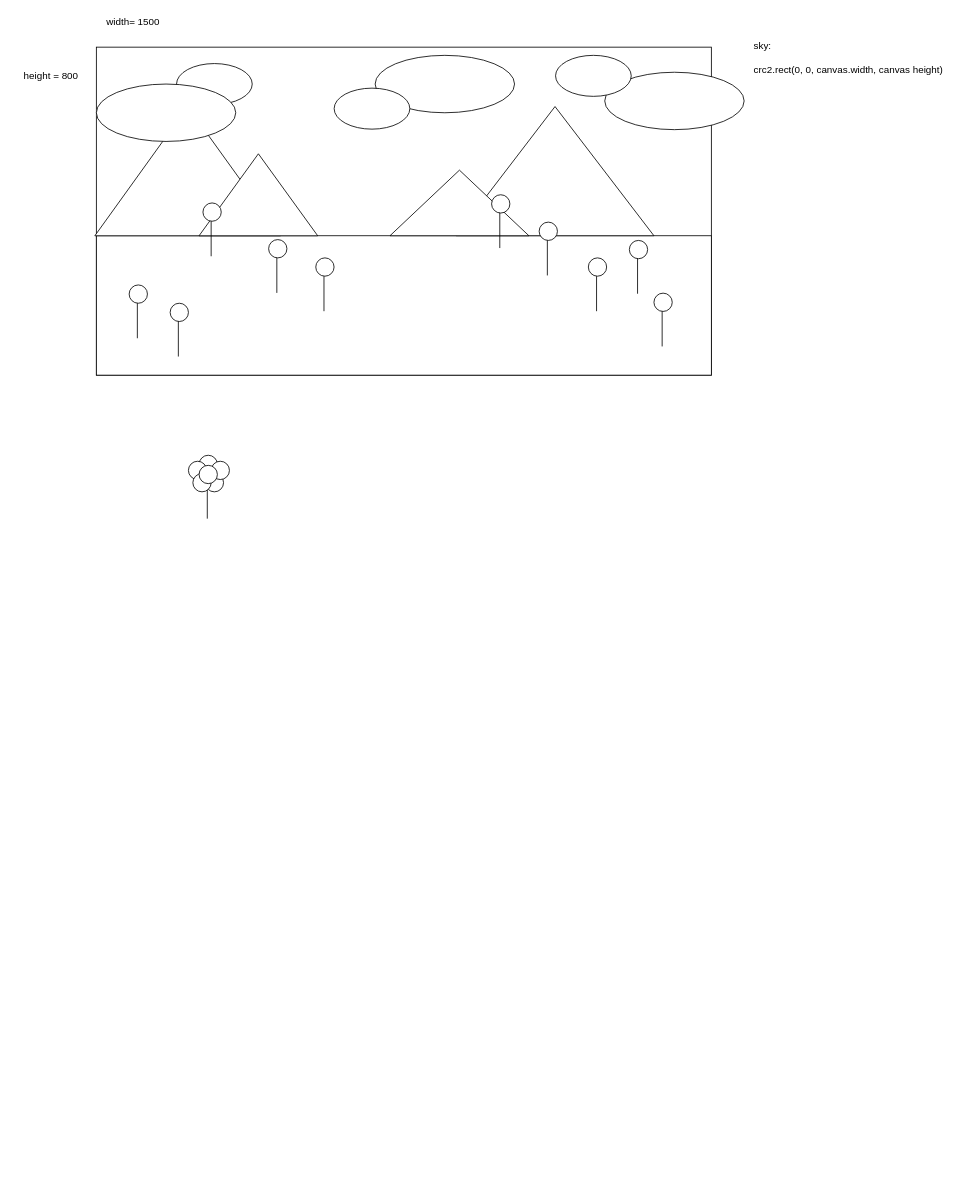
The draw.io diagram a7/a7.drawio in Kindazure/EIA2-SS21, before the edit. Source tidied: cells renumbered, new cells numbered last; positions are measured from the earlier drawing's top-left corner, leaving out a move shared by most shapes. Both pictures are drawn from the tidied source at 82%, with x=0, y=0 at pixel (14, 14).
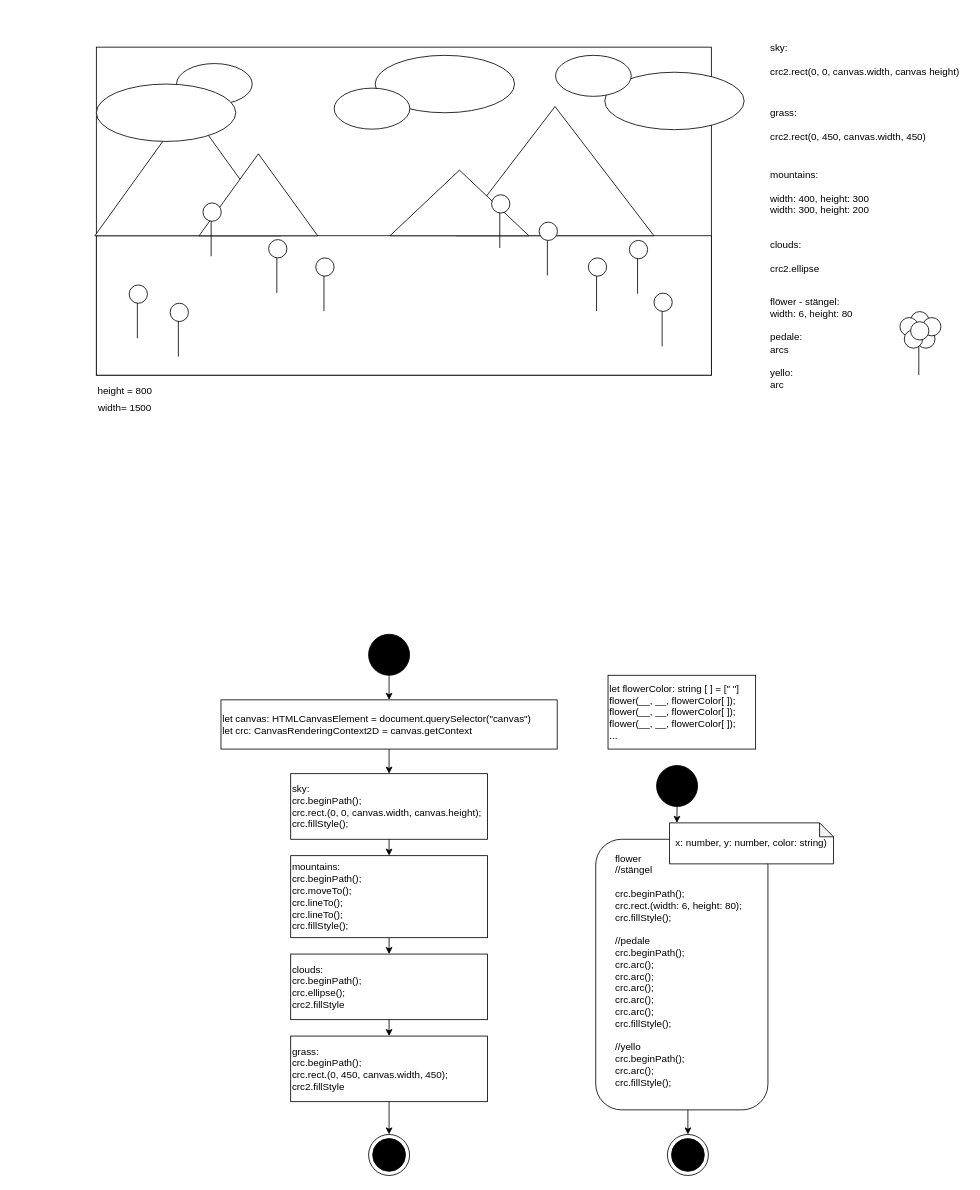
The same diagram, later.

The edit, as a diff of the source:
```diff
@@
     <mxCell id="34" value="width= 1500" style="text;html=1;strokeColor=none;fillColor=none;align=center;verticalAlign=middle;whiteSpace=wrap;rounded=0;" parent="1" vertex="1">
-      <mxGeometry x="100" width="90" height="20" as="geometry" />
+      <mxGeometry x="90" y="470" width="90" height="20" as="geometry" />
     </mxCell>
     <mxCell id="35" value="height = 800" style="text;html=1;strokeColor=none;fillColor=none;align=center;verticalAlign=middle;whiteSpace=wrap;rounded=0;" parent="1" vertex="1">
-      <mxGeometry y="65" width="90" height="20" as="geometry" />
+      <mxGeometry x="90" y="450" width="90" height="20" as="geometry" />
     </mxCell>
     <mxCell id="36" value="sky: &lt;br&gt;&lt;br&gt;crc2.rect(0, 0, canvas.width, canvas height)" style="text;html=1;strokeColor=none;fillColor=none;align=left;verticalAlign=middle;whiteSpace=wrap;rounded=0;" parent="1" vertex="1">
-      <mxGeometry x="900" y="28" width="241" height="50" as="geometry" />
+      <mxGeometry x="920" y="30" width="241" height="50" as="geometry" />
     </mxCell>
     <mxCell id="37" style="endArrow=none;html=1;" parent="1" edge="1">
       <mxGeometry relative="1" as="geometry">
-        <mxPoint x="235.3" y="615" as="sourcePoint" />
-        <mxPoint x="235.3" y="565" as="targetPoint" />
+        <mxPoint x="1103" y="439.8" as="sourcePoint" />
+        <mxPoint x="1103" y="389.8" as="targetPoint" />
       </mxGeometry>
     </mxCell>
     <mxCell id="38" style="ellipse;whiteSpace=wrap;html=1;" parent="1" vertex="1">
-      <mxGeometry x="232.8" y="560" width="22.3" height="22.3" as="geometry" />
+      <mxGeometry x="1100.5" y="384.8" width="22.3" height="22.3" as="geometry" />
     </mxCell>
     <mxCell id="39" style="ellipse;whiteSpace=wrap;html=1;" parent="1" vertex="1">
-      <mxGeometry x="225.3" y="537.7" width="22.3" height="22.3" as="geometry" />
+      <mxGeometry x="1093" y="362.5" width="22.3" height="22.3" as="geometry" />
     </mxCell>
     <mxCell id="40" style="ellipse;whiteSpace=wrap;html=1;" parent="1" vertex="1">
-      <mxGeometry x="240" y="545" width="22.3" height="22.3" as="geometry" />
+      <mxGeometry x="1107.7" y="369.8" width="22.3" height="22.3" as="geometry" />
     </mxCell>
     <mxCell id="41" style="ellipse;whiteSpace=wrap;html=1;" parent="1" vertex="1">
-      <mxGeometry x="212.3" y="545" width="22.3" height="22.3" as="geometry" />
+      <mxGeometry x="1080" y="369.8" width="22.3" height="22.3" as="geometry" />
     </mxCell>
     <mxCell id="42" style="ellipse;whiteSpace=wrap;html=1;" parent="1" vertex="1">
-      <mxGeometry x="217.7" y="560" width="22.3" height="22.3" as="geometry" />
+      <mxGeometry x="1085.3" y="384.8" width="22.3" height="22.3" as="geometry" />
     </mxCell>
     <mxCell id="43" style="ellipse;whiteSpace=wrap;html=1;" parent="1" vertex="1">
-      <mxGeometry x="225.3" y="550" width="22.3" height="22.3" as="geometry" />
+      <mxGeometry x="1093" y="374.8" width="22.3" height="22.3" as="geometry" />
     </mxCell>
+    <mxCell id="44" value="grass: &lt;br&gt;&lt;br&gt;crc2.rect(0, 450, canvas.width, 450)" style="text;html=1;strokeColor=none;fillColor=none;align=left;verticalAlign=middle;whiteSpace=wrap;rounded=0;" parent="1" vertex="1">
+      <mxGeometry x="920" y="110" width="241" height="50" as="geometry" />
+    </mxCell>
+    <mxCell id="45" value="mountains: &lt;br&gt;&lt;br&gt;width: 400, height: 300&lt;br&gt;width: 300, height: 200" style="text;html=1;strokeColor=none;fillColor=none;align=left;verticalAlign=middle;whiteSpace=wrap;rounded=0;" parent="1" vertex="1">
+      <mxGeometry x="920" y="192.3" width="241" height="50" as="geometry" />
+    </mxCell>
+    <mxCell id="46" value="&lt;font face=&quot;helvetica&quot;&gt;clouds:&lt;br&gt;&lt;/font&gt;&lt;br&gt;crc2.ellipse" style="text;whiteSpace=wrap;html=1;" parent="1" vertex="1">
+      <mxGeometry x="920" y="268.2" width="150" height="60" as="geometry" />
+    </mxCell>
+    <mxCell id="47" value="flöwer - stängel:&lt;br&gt;width: 6, height: 80&amp;nbsp;&lt;br&gt;&lt;br&gt;pedale:&lt;br&gt;arcs&lt;br&gt;&lt;br&gt;yello:&lt;br&gt;arc" style="text;html=1;strokeColor=none;fillColor=none;align=left;verticalAlign=middle;whiteSpace=wrap;rounded=0;" parent="1" vertex="1">
+      <mxGeometry x="920" y="342.3" width="119.8" height="117.7" as="geometry" />
+    </mxCell>
+    <mxCell id="48" style="edgeStyle=orthogonalEdgeStyle;rounded=0;jettySize=auto;html=1;exitX=0.5;exitY=1;exitDx=0;exitDy=0;entryX=0.5;entryY=0;entryDx=0;entryDy=0;" parent="1" edge="1" source="49" target="51">
+      <mxGeometry relative="1" as="geometry" />
+    </mxCell>
+    <mxCell id="49" style="ellipse;whiteSpace=wrap;html=1;fillColor=#000000;" parent="1" vertex="1">
+      <mxGeometry x="432" y="756" width="50" height="50" as="geometry" />
+    </mxCell>
+    <mxCell id="50" style="edgeStyle=orthogonalEdgeStyle;rounded=0;jettySize=auto;html=1;exitX=0.5;exitY=1;exitDx=0;exitDy=0;entryX=0.5;entryY=0;entryDx=0;entryDy=0;" parent="1" edge="1" source="51" target="55">
+      <mxGeometry relative="1" as="geometry" />
+    </mxCell>
+    <mxCell id="51" value="let canvas: HTMLCanvasElement = document.querySelector(&quot;canvas&quot;)&lt;br&gt;let crc: CanvasRenderingContext2D = canvas.getContext" style="rounded=0;whiteSpace=wrap;html=1;align=left;" parent="1" vertex="1">
+      <mxGeometry x="252" y="836" width="410" height="60" as="geometry" />
+    </mxCell>
+    <mxCell id="52" style="ellipse;whiteSpace=wrap;html=1;fillColor=#000000;" parent="1" vertex="1">
+      <mxGeometry x="437" y="1371" width="40" height="40" as="geometry" />
+    </mxCell>
+    <mxCell id="53" style="ellipse;whiteSpace=wrap;html=1;fillColor=none;shadow=0;strokeColor=#000000;" parent="1" vertex="1">
+      <mxGeometry x="432" y="1366" width="50" height="50" as="geometry" />
+    </mxCell>
+    <mxCell id="54" style="edgeStyle=orthogonalEdgeStyle;rounded=0;jettySize=auto;html=1;exitX=0.5;exitY=1;exitDx=0;exitDy=0;entryX=0.5;entryY=0;entryDx=0;entryDy=0;" parent="1" edge="1" source="55" target="59">
+      <mxGeometry relative="1" as="geometry" />
+    </mxCell>
+    <mxCell id="55" value="sky:&lt;br&gt;crc.beginPath();&lt;br&gt;crc.rect.(0, 0, canvas.width, canvas.height);&lt;br&gt;crc.fillStyle();" style="rounded=0;whiteSpace=wrap;html=1;shadow=0;strokeColor=#000000;fillColor=none;align=left;" parent="1" vertex="1">
+      <mxGeometry x="337" y="926" width="240" height="80" as="geometry" />
+    </mxCell>
+    <mxCell id="56" style="edgeStyle=orthogonalEdgeStyle;rounded=0;jettySize=auto;html=1;exitX=0.5;exitY=1;exitDx=0;exitDy=0;entryX=0.5;entryY=0;entryDx=0;entryDy=0;" parent="1" edge="1" source="57" target="53">
+      <mxGeometry relative="1" as="geometry" />
+    </mxCell>
+    <mxCell id="57" value="grass:&lt;br&gt;crc.beginPath();&lt;br&gt;crc.rect.(0, 450, canvas.width, 450);&lt;br&gt;crc2.fillStyle" style="rounded=0;whiteSpace=wrap;html=1;shadow=0;strokeColor=#000000;fillColor=none;align=left;" parent="1" vertex="1">
+      <mxGeometry x="337" y="1246" width="240" height="80" as="geometry" />
+    </mxCell>
+    <mxCell id="58" style="edgeStyle=orthogonalEdgeStyle;rounded=0;jettySize=auto;html=1;exitX=0.5;exitY=1;exitDx=0;exitDy=0;entryX=0.5;entryY=0;entryDx=0;entryDy=0;" parent="1" edge="1" source="59" target="61">
+      <mxGeometry relative="1" as="geometry" />
+    </mxCell>
+    <mxCell id="59" value="mountains:&lt;br&gt;crc.beginPath();&lt;br&gt;crc.moveTo();&lt;br&gt;crc.lineTo();&lt;br&gt;crc.lineTo();&lt;br&gt;crc.fillStyle();" style="rounded=0;whiteSpace=wrap;html=1;shadow=0;strokeColor=#000000;fillColor=none;align=left;" parent="1" vertex="1">
+      <mxGeometry x="337" y="1026" width="240" height="100" as="geometry" />
+    </mxCell>
+    <mxCell id="60" style="edgeStyle=orthogonalEdgeStyle;rounded=0;jettySize=auto;html=1;exitX=0.5;exitY=1;exitDx=0;exitDy=0;entryX=0.5;entryY=0;entryDx=0;entryDy=0;" parent="1" edge="1" source="61" target="57">
+      <mxGeometry relative="1" as="geometry" />
+    </mxCell>
+    <mxCell id="61" value="clouds:&lt;br&gt;crc.beginPath();&lt;br&gt;crc.ellipse();&lt;br&gt;crc2.fillStyle" style="rounded=0;whiteSpace=wrap;html=1;shadow=0;strokeColor=#000000;fillColor=none;align=left;" parent="1" vertex="1">
+      <mxGeometry x="337" y="1146" width="240" height="80" as="geometry" />
+    </mxCell>
+    <mxCell id="62" style="rounded=1;whiteSpace=wrap;html=1;shadow=0;strokeColor=#000000;fillColor=none;align=left;" parent="1" vertex="1">
+      <mxGeometry x="709" y="1006" width="210" height="330" as="geometry" />
+    </mxCell>
+    <mxCell id="63" value="x: number, y: number, color: string)" style="shape=note;whiteSpace=wrap;html=1;backgroundOutline=1;darkOpacity=0.05;shadow=0;strokeColor=#000000;fillColor=#FFFFFF;size=17;" parent="1" vertex="1">
+      <mxGeometry x="799" y="986" width="200" height="50" as="geometry" />
+    </mxCell>
+    <mxCell id="64" style="edgeStyle=orthogonalEdgeStyle;rounded=0;jettySize=auto;html=1;exitX=0.5;exitY=1;exitDx=0;exitDy=0;entryX=0.5;entryY=0;entryDx=0;entryDy=0;" parent="1" edge="1" source="65" target="69">
+      <mxGeometry relative="1" as="geometry" />
+    </mxCell>
+    <mxCell id="65" value="&lt;span&gt;flower&lt;/span&gt;&lt;br&gt;&lt;span&gt;//stängel&lt;/span&gt;&lt;br&gt;&lt;br&gt;&lt;span&gt;crc.beginPath();&lt;/span&gt;&lt;br&gt;&lt;span&gt;crc.rect.(width: 6, height: 80);&lt;/span&gt;&lt;br&gt;&lt;span&gt;crc.fillStyle();&lt;/span&gt;&lt;br&gt;&lt;br&gt;&lt;span&gt;//pedale&lt;/span&gt;&lt;br&gt;&lt;span&gt;crc.beginPath();&lt;/span&gt;&lt;br&gt;&lt;span&gt;crc.arc();&lt;/span&gt;&lt;br&gt;&lt;span&gt;crc.arc();&lt;/span&gt;&lt;br&gt;&lt;span&gt;crc.arc();&lt;/span&gt;&lt;br&gt;&lt;span&gt;crc.arc();&lt;/span&gt;&lt;br&gt;&lt;span&gt;crc.arc();&lt;/span&gt;&lt;br&gt;&lt;span&gt;crc.fillStyle();&lt;/span&gt;&lt;br&gt;&lt;br&gt;&lt;span&gt;//yello&lt;/span&gt;&lt;br&gt;&lt;span&gt;crc.beginPath();&lt;/span&gt;&lt;br&gt;&lt;span&gt;crc.arc();&lt;/span&gt;&lt;br&gt;&lt;span&gt;crc.fillStyle();&lt;/span&gt;" style="text;html=1;strokeColor=none;fillColor=none;align=left;verticalAlign=middle;whiteSpace=wrap;rounded=0;shadow=0;" parent="1" vertex="1">
+      <mxGeometry x="731.4" y="996" width="180" height="340" as="geometry" />
+    </mxCell>
+    <mxCell id="66" style="edgeStyle=orthogonalEdgeStyle;rounded=0;jettySize=auto;html=1;exitX=0.5;exitY=1;exitDx=0;exitDy=0;entryX=0.045;entryY=0;entryDx=0;entryDy=0;entryPerimeter=0;" parent="1" edge="1" source="67" target="63">
+      <mxGeometry relative="1" as="geometry" />
+    </mxCell>
+    <mxCell id="67" style="ellipse;whiteSpace=wrap;html=1;fillColor=#000000;" parent="1" vertex="1">
+      <mxGeometry x="783.2" y="916" width="50" height="50" as="geometry" />
+    </mxCell>
+    <mxCell id="68" style="ellipse;whiteSpace=wrap;html=1;fillColor=#000000;" parent="1" vertex="1">
+      <mxGeometry x="801.4" y="1371" width="40" height="40" as="geometry" />
+    </mxCell>
+    <mxCell id="69" style="ellipse;whiteSpace=wrap;html=1;fillColor=none;shadow=0;strokeColor=#000000;" parent="1" vertex="1">
+      <mxGeometry x="796.4" y="1366" width="50" height="50" as="geometry" />
+    </mxCell>
+    <mxCell id="70" value="let flowerColor: string [ ] = [&quot; &quot;]&lt;br&gt;flower(__, __, flowerColor[ ]);&lt;br&gt;flower(__, __, flowerColor[ ]);&lt;br&gt;flower(__, __, flowerColor[ ]);&lt;br&gt;..." style="rounded=0;whiteSpace=wrap;html=1;shadow=0;strokeColor=#000000;fillColor=#FFFFFF;align=left;" parent="1" vertex="1">
+      <mxGeometry x="724" y="806" width="180" height="90" as="geometry" />
+    </mxCell>
```
